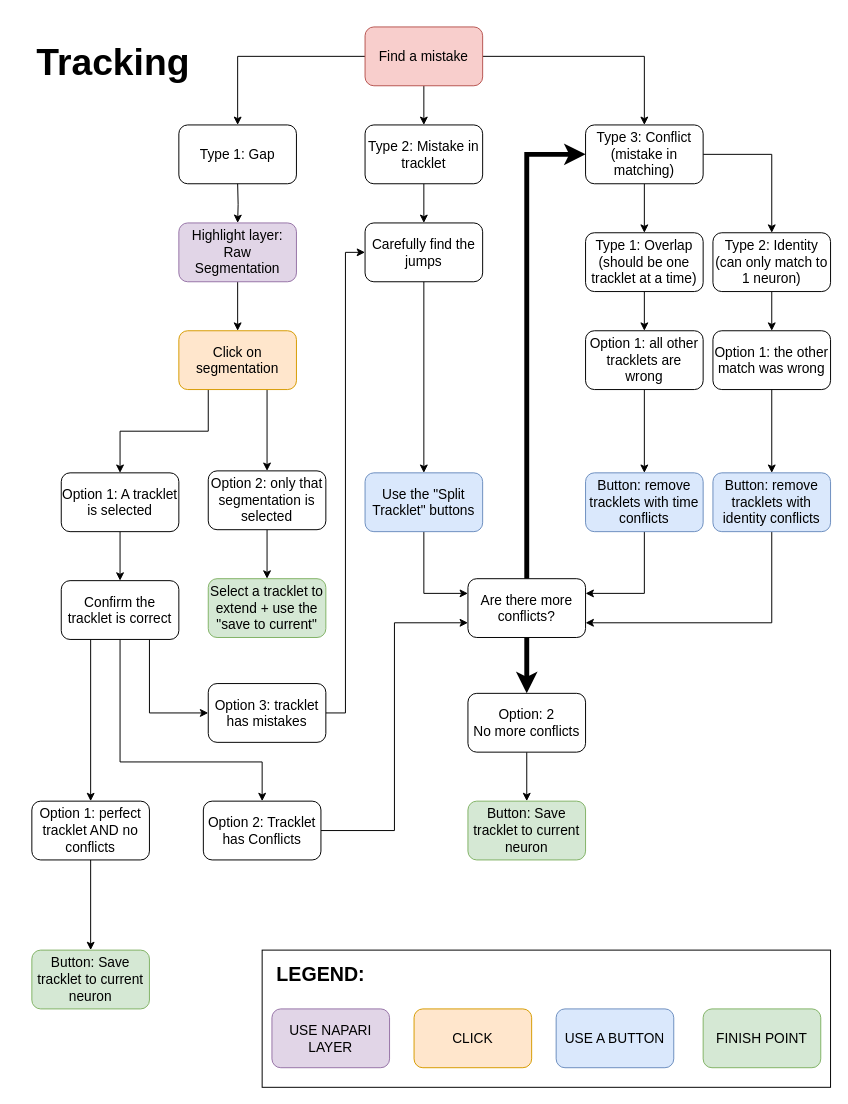
Before: page "Tracking_workflow" (2 of 2) of DLC_for_WBFM/gui/workflow_diagrams.drawio in ch9nuk9/wbfm, a draw.io diagram. Source tidied: cells renumbered, new cells numbered last; positions are measured from the earlier drawing's top-left corner, leaving out a move shared by most shapes. Both pictures are drawn from the tidied source at 98%, with x=0, y=0 at pixel (31, 26).
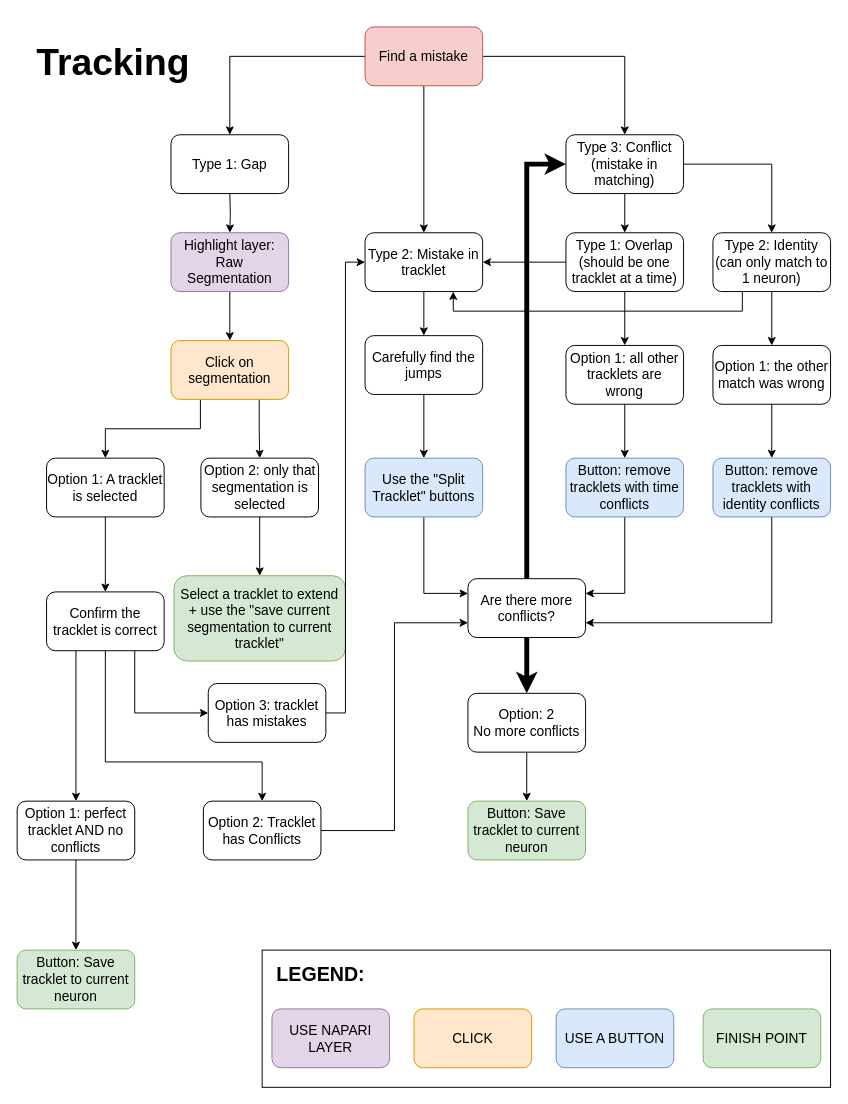
Above is the later version.

Unchanged cells that the change refers to:
```xml
<mxCell id="26" value="Option 3: tracklet has mistakes" style="rounded=1;whiteSpace=wrap;html=1;fontSize=14;" parent="1" vertex="1">
  <mxGeometry x="180" y="670" width="120" height="60" as="geometry" />
</mxCell>
<mxCell id="41" value="Type 2: Identity&lt;br&gt;(can only match to 1 neuron)" style="rounded=1;whiteSpace=wrap;html=1;fontSize=14;" parent="1" vertex="1">
  <mxGeometry x="695" y="210" width="120" height="60" as="geometry" />
</mxCell>
<mxCell id="57" value="Option 2: Tracklet has Conflicts" style="rounded=1;whiteSpace=wrap;html=1;fontSize=14;" parent="1" vertex="1">
  <mxGeometry x="175" y="790" width="120" height="60" as="geometry" />
</mxCell>
```

The edit, as a diff of the source:
```diff
@@
     <mxCell id="6" value="Type 1: Gap" style="rounded=1;whiteSpace=wrap;html=1;fontSize=14;" parent="1" vertex="1">
-      <mxGeometry x="150" y="100" width="120" height="60" as="geometry" />
+      <mxGeometry x="142" y="110" width="120" height="60" as="geometry" />
     </mxCell>
@@
     <mxCell id="8" value="Type 2: Mistake in tracklet" style="rounded=1;whiteSpace=wrap;html=1;fontSize=14;" parent="1" vertex="1">
-      <mxGeometry x="340" y="100" width="120" height="60" as="geometry" />
+      <mxGeometry x="340" y="210" width="120" height="60" as="geometry" />
     </mxCell>
     <mxCell id="9" style="edgeStyle=orthogonalEdgeStyle;rounded=0;jettySize=auto;html=1;fontSize=14;" parent="1" edge="1" target="11">
       <mxGeometry relative="1" as="geometry">
-        <mxPoint x="210" y="160" as="sourcePoint" />
+        <mxPoint x="202" y="170" as="sourcePoint" />
       </mxGeometry>
     </mxCell>
@@
     <mxCell id="11" value="Highlight layer:&lt;br style=&quot;font-size: 14px;&quot;&gt;Raw Segmentation" style="rounded=1;whiteSpace=wrap;html=1;fillColor=#e1d5e7;strokeColor=#9673a6;fontSize=14;" parent="1" vertex="1">
-      <mxGeometry x="150" y="200" width="120" height="60" as="geometry" />
+      <mxGeometry x="142" y="210" width="120" height="60" as="geometry" />
     </mxCell>
@@
     <mxCell id="14" value="Click on segmentation" style="rounded=1;whiteSpace=wrap;html=1;fillColor=#ffe6cc;strokeColor=#d79b00;fontSize=14;" parent="1" vertex="1">
-      <mxGeometry x="150" y="310" width="120" height="60" as="geometry" />
+      <mxGeometry x="142" y="320" width="120" height="60" as="geometry" />
     </mxCell>
@@
     <mxCell id="16" value="Option 2: only that segmentation is selected" style="rounded=1;whiteSpace=wrap;html=1;fontSize=14;" parent="1" vertex="1">
-      <mxGeometry x="180" y="453" width="120" height="60" as="geometry" />
+      <mxGeometry x="172.5" y="440" width="120" height="60" as="geometry" />
     </mxCell>
@@
     <mxCell id="18" value="Option 1: A tracklet is selected" style="rounded=1;whiteSpace=wrap;html=1;fontSize=14;" parent="1" vertex="1">
-      <mxGeometry x="30" y="455" width="120" height="60" as="geometry" />
+      <mxGeometry x="15" y="440" width="120" height="60" as="geometry" />
     </mxCell>
-    <mxCell id="19" value="Select a tracklet to extend + use the &quot;save to current&quot;" style="rounded=1;whiteSpace=wrap;html=1;fillColor=#d5e8d4;strokeColor=#82b366;fontSize=14;" parent="1" vertex="1">
-      <mxGeometry x="180" y="563" width="120" height="60" as="geometry" />
+    <mxCell id="19" value="Select a tracklet to extend + use the &quot;save current segmentation to current tracklet&quot;" style="rounded=1;whiteSpace=wrap;html=1;fillColor=#d5e8d4;strokeColor=#82b366;fontSize=14;" parent="1" vertex="1">
+      <mxGeometry x="145" y="560" width="175" height="87" as="geometry" />
     </mxCell>
@@
     <mxCell id="22" style="edgeStyle=orthogonalEdgeStyle;rounded=0;jettySize=auto;html=1;exitX=0.5;exitY=1;exitDx=0;exitDy=0;entryX=0.5;entryY=0;entryDx=0;entryDy=0;" parent="1" edge="1" source="23" target="57">
       <mxGeometry relative="1" as="geometry">
         <Array as="points">
-          <mxPoint x="90" y="750" />
+          <mxPoint x="75" y="750" />
           <mxPoint x="235" y="750" />
         </Array>
       </mxGeometry>
     </mxCell>
     <mxCell id="23" value="Confirm the tracklet is correct" style="rounded=1;whiteSpace=wrap;html=1;fontSize=14;" parent="1" vertex="1">
-      <mxGeometry x="30" y="565" width="120" height="60" as="geometry" />
+      <mxGeometry x="15" y="576.5" width="120" height="60" as="geometry" />
     </mxCell>
@@
-    <mxCell id="25" style="edgeStyle=orthogonalEdgeStyle;rounded=0;jettySize=auto;html=1;exitX=1;exitY=0.5;exitDx=0;exitDy=0;entryX=0;entryY=0.5;entryDx=0;entryDy=0;" parent="1" edge="1" source="26" target="43">
-      <mxGeometry relative="1" as="geometry" />
-    </mxCell>
+    <mxCell id="63" style="edgeStyle=orthogonalEdgeStyle;rounded=0;jettySize=auto;html=1;exitX=1;exitY=0.5;exitDx=0;exitDy=0;entryX=0;entryY=0.5;entryDx=0;entryDy=0;" parent="1" edge="1" source="26" target="8">
+      <mxGeometry relative="1" as="geometry" />
+    </mxCell>
@@
     <mxCell id="27" value="Button: Save tracklet to current neuron" style="rounded=1;whiteSpace=wrap;html=1;fillColor=#d5e8d4;strokeColor=#82b366;fontSize=14;" parent="1" vertex="1">
-      <mxGeometry y="942" width="120" height="60" as="geometry" />
+      <mxGeometry x="-15" y="942" width="120" height="60" as="geometry" />
     </mxCell>
     <mxCell id="28" value="Option 1: perfect tracklet AND no conflicts" style="rounded=1;whiteSpace=wrap;html=1;fontSize=14;" parent="1" vertex="1">
-      <mxGeometry y="790" width="120" height="60" as="geometry" />
+      <mxGeometry x="-15" y="790" width="120" height="60" as="geometry" />
     </mxCell>
@@
+    <mxCell id="64" style="edgeStyle=orthogonalEdgeStyle;rounded=0;jettySize=auto;html=1;exitX=0;exitY=0.5;exitDx=0;exitDy=0;entryX=1;entryY=0.5;entryDx=0;entryDy=0;" parent="1" edge="1" source="30" target="8">
+      <mxGeometry relative="1" as="geometry" />
+    </mxCell>
     <mxCell id="30" value="Type 1: Overlap (should be one tracklet at a time)" style="rounded=1;whiteSpace=wrap;html=1;fontSize=14;" parent="1" vertex="1">
-      <mxGeometry x="565" y="210" width="120" height="60" as="geometry" />
+      <mxGeometry x="545" y="210" width="120" height="60" as="geometry" />
     </mxCell>
@@
     <mxCell id="32" value="Option 1: all other tracklets are wrong" style="rounded=1;whiteSpace=wrap;html=1;fontSize=14;" parent="1" vertex="1">
-      <mxGeometry x="565" y="310" width="120" height="60" as="geometry" />
+      <mxGeometry x="545" y="325" width="120" height="60" as="geometry" />
     </mxCell>
@@
     <mxCell id="34" value="Button: remove tracklets with time conflicts" style="rounded=1;whiteSpace=wrap;html=1;fillColor=#dae8fc;strokeColor=#6c8ebf;fontSize=14;" parent="1" vertex="1">
-      <mxGeometry x="565" y="455" width="120" height="60" as="geometry" />
+      <mxGeometry x="545" y="440" width="120" height="60" as="geometry" />
     </mxCell>
     <mxCell id="35" value="Option 1: the other match was wrong" style="rounded=1;whiteSpace=wrap;html=1;fontSize=14;" parent="1" vertex="1">
-      <mxGeometry x="695" y="310" width="120" height="60" as="geometry" />
+      <mxGeometry x="695" y="325" width="120" height="60" as="geometry" />
     </mxCell>
@@
     <mxCell id="38" value="Button: remove tracklets with identity conflicts" style="rounded=1;whiteSpace=wrap;html=1;fillColor=#dae8fc;strokeColor=#6c8ebf;fontSize=14;" parent="1" vertex="1">
-      <mxGeometry x="695" y="455" width="120" height="60" as="geometry" />
+      <mxGeometry x="695" y="440" width="120" height="60" as="geometry" />
     </mxCell>
@@
+    <mxCell id="65" style="edgeStyle=orthogonalEdgeStyle;rounded=0;jettySize=auto;html=1;exitX=0.25;exitY=1;exitDx=0;exitDy=0;entryX=0.75;entryY=1;entryDx=0;entryDy=0;" parent="1" edge="1" source="41" target="8">
+      <mxGeometry relative="1" as="geometry" />
+    </mxCell>
@@
     <mxCell id="43" value="Carefully find the jumps" style="rounded=1;whiteSpace=wrap;html=1;fontSize=14;" parent="1" vertex="1">
-      <mxGeometry x="340" y="200" width="120" height="60" as="geometry" />
+      <mxGeometry x="340" y="315" width="120" height="60" as="geometry" />
     </mxCell>
@@
     <mxCell id="45" value="Use the &quot;Split Tracklet&quot; buttons" style="rounded=1;whiteSpace=wrap;html=1;fillColor=#dae8fc;strokeColor=#6c8ebf;fontSize=14;" parent="1" vertex="1">
-      <mxGeometry x="340" y="455" width="120" height="60" as="geometry" />
+      <mxGeometry x="340" y="440" width="120" height="60" as="geometry" />
     </mxCell>
@@
     <mxCell id="55" value="Type 3: Conflict (mistake in matching)" style="rounded=1;whiteSpace=wrap;html=1;fontSize=14;" parent="1" vertex="1">
-      <mxGeometry x="565" y="100" width="120" height="60" as="geometry" />
+      <mxGeometry x="545" y="110" width="120" height="60" as="geometry" />
     </mxCell>
```
